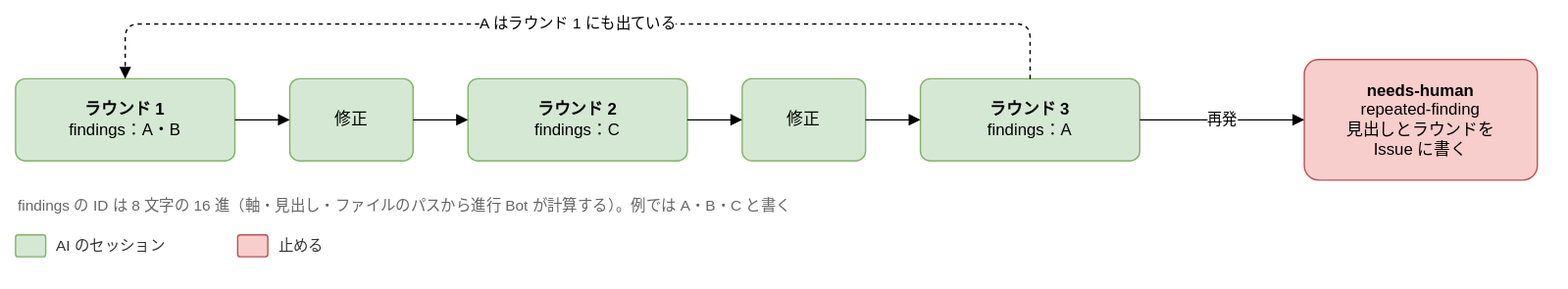
The draw.io diagram docs/design/basic/diagrams/02-repeated-findings.drawio.svg in Joymerrevent/dev-autopilot, before a commit. Source tidied: cells renumbered, new cells last; positions are measured from the earlier drawing's top-left corner, leaving out a move shared by most shapes.
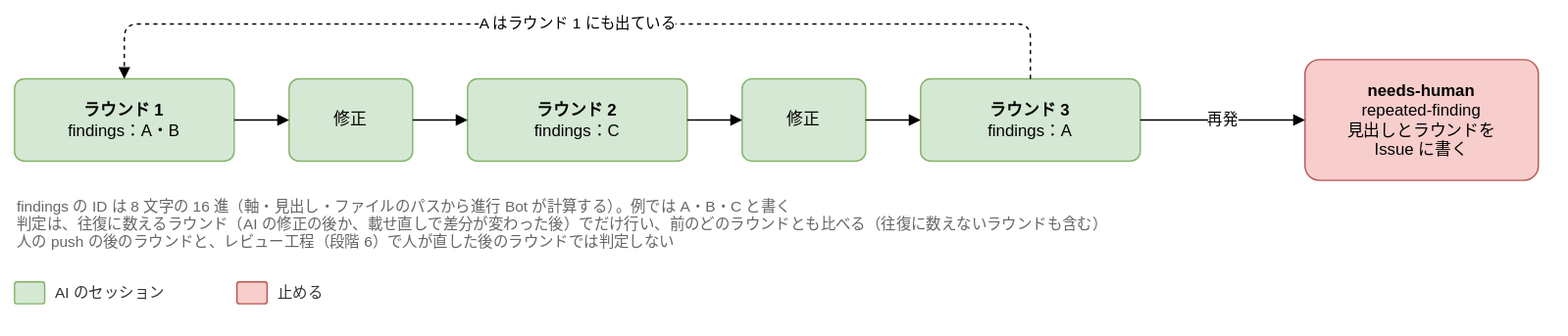
Above is the later version.

Diff of the diagram source:
```diff
@@ -43,20 +43,20 @@
         </Array>
       </mxGeometry>
     </mxCell>
-    <mxCell id="14" value="findings の ID は 8 文字の 16 進（軸・見出し・ファイルのパスから進行 Bot が計算する）。例では A・B・C と書く" style="text;html=1;whiteSpace=wrap;align=left;verticalAlign=top;fontSize=11;fontColor=#666666;" parent="1" vertex="1">
-      <mxGeometry y="120" width="900" height="20" as="geometry" />
+    <mxCell id="14" value="findings の ID は 8 文字の 16 進（軸・見出し・ファイルのパスから進行 Bot が計算する）。例では A・B・C と書く&lt;br&gt;判定は、往復に数えるラウンド（AI の修正の後か、載せ直しで差分が変わった後）でだけ行い、前のどのラウンドとも比べる（往復に数えないラウンドも含む）&lt;br&gt;人の push の後のラウンドと、レビュー工程（段階 6）で人が直した後のラウンドでは判定しない" style="text;html=1;whiteSpace=wrap;align=left;verticalAlign=top;fontSize=11;fontColor=#666666;" parent="1" vertex="1">
+      <mxGeometry y="120" width="1100" height="50" as="geometry" />
     </mxCell>
     <mxCell id="15" style="rounded=1;whiteSpace=wrap;html=1;fontSize=12;arcSize=12;spacing=12;fillColor=#d5e8d4;strokeColor=#82b366;" parent="1" vertex="1">
-      <mxGeometry y="154" width="22" height="16" as="geometry" />
+      <mxGeometry y="188" width="22" height="16" as="geometry" />
     </mxCell>
     <mxCell id="16" value="AI のセッション" style="text;html=1;align=left;verticalAlign=middle;fontSize=11;fontColor=#333333;" parent="1" vertex="1">
-      <mxGeometry x="28" y="152" width="118" height="20" as="geometry" />
+      <mxGeometry x="28" y="186" width="118" height="20" as="geometry" />
     </mxCell>
     <mxCell id="17" style="rounded=1;whiteSpace=wrap;html=1;fontSize=12;arcSize=12;spacing=12;fillColor=#f8cecc;strokeColor=#b85450;" parent="1" vertex="1">
-      <mxGeometry x="162" y="154" width="22" height="16" as="geometry" />
+      <mxGeometry x="162" y="188" width="22" height="16" as="geometry" />
     </mxCell>
     <mxCell id="18" value="止める" style="text;html=1;align=left;verticalAlign=middle;fontSize=11;fontColor=#333333;" parent="1" vertex="1">
-      <mxGeometry x="190" y="152" width="46" height="20" as="geometry" />
+      <mxGeometry x="190" y="186" width="46" height="20" as="geometry" />
     </mxCell>
   </root>
 </mxGraphModel>
```
